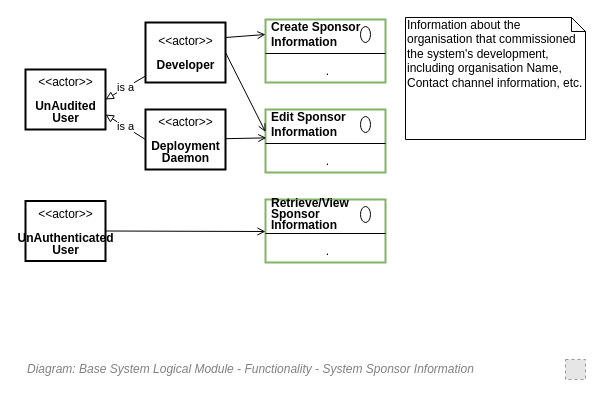
skysgh/System.Design.Resources.Service keeps this draw.io diagram as 43.Functionality View/Functionality View - System Sponsor Information.drawio. Above is the earlier version. Source tidied: cells renumbered, new cells numbered last; positions are measured from the earlier drawing's top-left corner, leaving out a move shared by most shapes. Both pictures are drawn from the tidied source at 100%, with x=0, y=0 at pixel (25, 17). Pictures stored in the file or linked from it are replaced by grey dashed boxes.
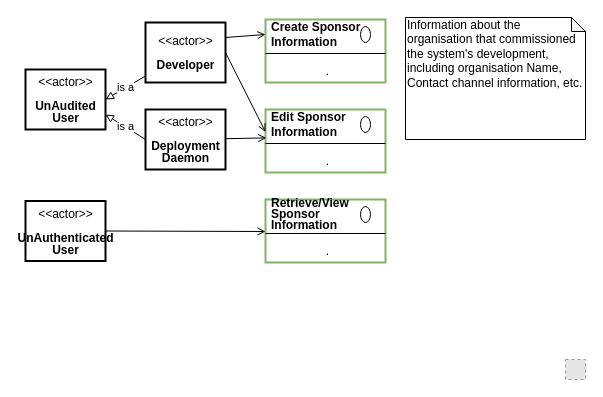
The same page after the edit.

Change to the diagram source:
```diff
@@
-    <mxCell id="3" value="&lt;font style=&quot;font-size: 12px&quot;&gt;Diagram: Base System Logical Module -&amp;nbsp;Functionality -&amp;nbsp;System Sponsor Information&lt;/font&gt;" style="text;strokeColor=none;fillColor=none;html=1;fontSize=12;fontStyle=2;verticalAlign=middle;align=left;shadow=0;glass=0;comic=0;opacity=30;fontColor=#808080;" parent="1" vertex="1">
-      <mxGeometry y="342" width="520" height="20" as="geometry" />
-    </mxCell>
```
